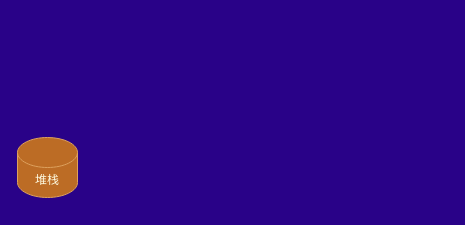
Earlier version of the draw.io diagram Untitled Diagram.drawio (ninexy/springcloudConfig). Source tidied: cells renumbered, new cells numbered last; positions are measured from the earlier drawing's top-left corner, leaving out a move shared by most shapes. Both pictures are drawn from the tidied source at 100%, with x=0, y=0 at pixel (17, 137).
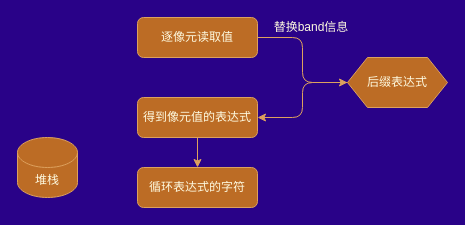
The same page after the edit.

Change to the diagram source:
```diff
@@
 <mxGraphModel background="#290288">
   <root>
     <mxCell id="0" />
     <mxCell id="1" parent="0" />
     <mxCell id="2" value="堆栈" style="shape=cylinder3;whiteSpace=wrap;html=1;boundedLbl=1;backgroundOutline=1;size=15;rounded=0;sketch=0;strokeColor=#DDA15E;fillColor=#BC6C25;fontColor=#FEFAE0;" parent="1" vertex="1">
       <mxGeometry width="60" height="60" as="geometry" />
     </mxCell>
+    <mxCell id="3" style="edgeStyle=orthogonalEdgeStyle;curved=0;rounded=1;sketch=0;jettySize=auto;html=1;exitX=1;exitY=0.5;exitDx=0;exitDy=0;entryX=0;entryY=0.5;entryDx=0;entryDy=0;strokeColor=#DDA15E;fillColor=#BC6C25;fontColor=#FEFAE0;" parent="1" edge="1" source="4" target="6">
+      <mxGeometry relative="1" as="geometry" />
+    </mxCell>
+    <mxCell id="4" value="逐像元读取值" style="rounded=1;whiteSpace=wrap;html=1;sketch=0;strokeColor=#DDA15E;fillColor=#BC6C25;fontColor=#FEFAE0;" parent="1" vertex="1">
+      <mxGeometry x="120" y="-120" width="120" height="40" as="geometry" />
+    </mxCell>
+    <mxCell id="5" style="edgeStyle=orthogonalEdgeStyle;curved=0;rounded=1;sketch=0;jettySize=auto;html=1;exitX=0;exitY=0.5;exitDx=0;exitDy=0;entryX=1;entryY=0.5;entryDx=0;entryDy=0;strokeColor=#DDA15E;fillColor=#BC6C25;fontColor=#FEFAE0;" parent="1" edge="1" source="6" target="8">
+      <mxGeometry relative="1" as="geometry" />
+    </mxCell>
+    <mxCell id="6" value="后缀表达式" style="shape=hexagon;perimeter=hexagonPerimeter2;whiteSpace=wrap;html=1;fixedSize=1;rounded=0;sketch=0;strokeColor=#DDA15E;fillColor=#BC6C25;fontColor=#FEFAE0;" parent="1" vertex="1">
+      <mxGeometry x="330" y="-80" width="100" height="50" as="geometry" />
+    </mxCell>
+    <mxCell id="7" style="edgeStyle=orthogonalEdgeStyle;curved=0;rounded=1;sketch=0;jettySize=auto;html=1;exitX=0.5;exitY=1;exitDx=0;exitDy=0;entryX=0.5;entryY=0;entryDx=0;entryDy=0;strokeColor=#DDA15E;fillColor=#BC6C25;fontColor=#FEFAE0;" parent="1" edge="1" source="8" target="10">
+      <mxGeometry relative="1" as="geometry" />
+    </mxCell>
+    <mxCell id="8" value="得到像元值的表达式" style="rounded=1;whiteSpace=wrap;html=1;sketch=0;strokeColor=#DDA15E;fillColor=#BC6C25;fontColor=#FEFAE0;" parent="1" vertex="1">
+      <mxGeometry x="120" y="-40" width="120" height="40" as="geometry" />
+    </mxCell>
+    <mxCell id="9" value="替换band信息" style="text;html=1;strokeColor=none;fillColor=none;align=center;verticalAlign=middle;whiteSpace=wrap;rounded=0;sketch=0;fontColor=#FEFAE0;" parent="1" vertex="1">
+      <mxGeometry x="254" y="-120" width="80" height="20" as="geometry" />
+    </mxCell>
+    <mxCell id="10" value="循环表达式的字符" style="rounded=1;whiteSpace=wrap;html=1;sketch=0;strokeColor=#DDA15E;fillColor=#BC6C25;fontColor=#FEFAE0;" parent="1" vertex="1">
+      <mxGeometry x="120" y="30" width="120" height="40" as="geometry" />
+    </mxCell>
   </root>
 </mxGraphModel>
```
